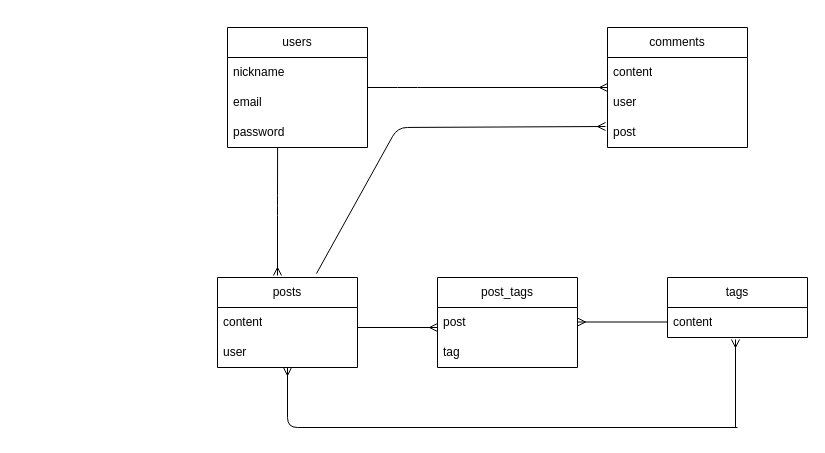
The draw.io diagram er.dio in 1997722/codehint, before the edit. Source tidied: cells renumbered, new cells numbered last; positions are measured from the earlier drawing's top-left corner, leaving out a move shared by most shapes. Both pictures are drawn from the tidied source at 100%, with x=0, y=0 at pixel (217, 27).
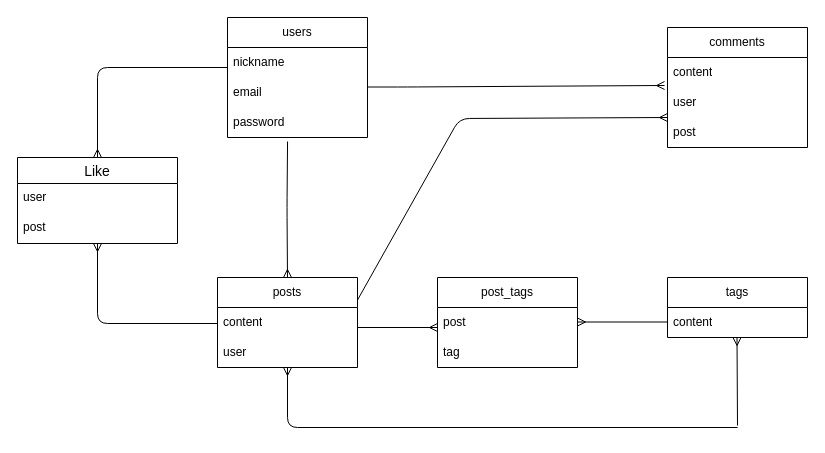
The same page after the edit.

The change refers to these unchanged cells:
```xml
<mxCell id="5" value="password" style="text;strokeColor=none;fillColor=none;align=left;verticalAlign=middle;spacingLeft=4;spacingRight=4;overflow=hidden;points=[[0,0.5],[1,0.5]];portConstraint=eastwest;whiteSpace=wrap;html=1;" parent="2" vertex="1">
  <mxGeometry y="90" width="140" height="30" as="geometry" />
</mxCell>
<mxCell id="6" value="posts" style="swimlane;fontStyle=0;horizontal=1;startSize=30;whiteSpace=wrap;html=1;" parent="1" vertex="1">
  <mxGeometry y="250" width="140" height="90" as="geometry" />
</mxCell>
<mxCell id="11" value="user" style="text;strokeColor=none;fillColor=none;align=left;verticalAlign=middle;spacingLeft=4;spacingRight=4;overflow=hidden;points=[[0,0.5],[1,0.5]];portConstraint=eastwest;whiteSpace=wrap;html=1;" parent="9" vertex="1">
  <mxGeometry y="60" width="140" height="30" as="geometry" />
</mxCell>
```

Change to the diagram source:
```diff
@@
     <mxCell id="2" value="users" style="swimlane;fontStyle=0;horizontal=1;startSize=30;whiteSpace=wrap;html=1;" parent="1" vertex="1">
-      <mxGeometry x="10" width="140" height="120" as="geometry" />
+      <mxGeometry x="10" y="-10" width="140" height="120" as="geometry" />
     </mxCell>
@@
     <mxCell id="9" value="comments" style="swimlane;fontStyle=0;horizontal=1;startSize=30;whiteSpace=wrap;html=1;" parent="1" vertex="1">
-      <mxGeometry x="390" width="140" height="120" as="geometry" />
+      <mxGeometry x="450" width="140" height="120" as="geometry" />
     </mxCell>
@@
-    <mxCell id="18" style="html=1;endArrow=ERmany;endFill=0;" parent="1" edge="1">
+    <mxCell id="18" style="html=1;endArrow=ERmany;endFill=0;entryX=-0.021;entryY=-0.067;entryDx=0;entryDy=0;entryPerimeter=0;" parent="1" edge="1" target="11">
       <mxGeometry relative="1" as="geometry">
-        <mxPoint x="150" y="60" as="sourcePoint" />
-        <mxPoint x="390" y="60" as="targetPoint" />
+        <mxPoint x="150" y="59.5" as="sourcePoint" />
         <Array as="points">
-          <mxPoint x="190" y="60" />
+          <mxPoint x="190" y="59.5" />
         </Array>
       </mxGeometry>
     </mxCell>
-    <mxCell id="19" style="html=1;endArrow=ERmany;endFill=0;exitX=0.429;exitY=1.067;exitDx=0;exitDy=0;exitPerimeter=0;entryX=0.5;entryY=0;entryDx=0;entryDy=0;" parent="1" edge="1">
+    <mxCell id="19" style="html=1;endArrow=ERmany;endFill=0;exitX=0.429;exitY=1.133;exitDx=0;exitDy=0;exitPerimeter=0;" parent="1" edge="1" source="5">
       <mxGeometry relative="1" as="geometry">
-        <mxPoint x="60.1" y="120" as="sourcePoint" />
-        <mxPoint x="60" y="248" as="targetPoint" />
+        <mxPoint x="70" y="250" as="targetPoint" />
         <Array as="points">
-          <mxPoint x="60" y="178" />
+          <mxPoint x="69.5" y="180" />
         </Array>
       </mxGeometry>
     </mxCell>
-    <mxCell id="20" style="html=1;endArrow=ERmany;endFill=0;exitX=0.707;exitY=-0.044;exitDx=0;exitDy=0;exitPerimeter=0;entryX=-0.014;entryY=0.3;entryDx=0;entryDy=0;entryPerimeter=0;" parent="1" edge="1">
+    <mxCell id="20" style="html=1;endArrow=ERmany;endFill=0;exitX=1;exitY=0.25;exitDx=0;exitDy=0;entryX=-0.014;entryY=0.3;entryDx=0;entryDy=0;entryPerimeter=0;" parent="1" edge="1" source="6">
       <mxGeometry relative="1" as="geometry">
-        <mxPoint x="99" y="246" as="sourcePoint" />
-        <mxPoint x="388" y="99" as="targetPoint" />
+        <mxPoint x="450" y="90" as="targetPoint" />
         <Array as="points">
-          <mxPoint x="180" y="100" />
+          <mxPoint x="242" y="91" />
         </Array>
       </mxGeometry>
     </mxCell>
@@
     <mxCell id="24" style="html=1;endArrow=ERmany;endFill=0;entryX=0.486;entryY=1.067;entryDx=0;entryDy=0;entryPerimeter=0;" parent="1" edge="1">
       <mxGeometry relative="1" as="geometry">
-        <mxPoint x="518" y="400" as="sourcePoint" />
-        <mxPoint x="518" y="312" as="targetPoint" />
+        <mxPoint x="520" y="398" as="sourcePoint" />
+        <mxPoint x="519.5" y="310" as="targetPoint" />
       </mxGeometry>
     </mxCell>
+    <mxCell id="25" value="Like" style="swimlane;fontStyle=0;horizontal=1;startSize=26;align=center;fontSize=14;" parent="1" vertex="1">
+      <mxGeometry x="-200" y="130" width="160" height="86" as="geometry" />
+    </mxCell>
+    <mxCell id="26" value="user" style="text;strokeColor=none;fillColor=none;spacingLeft=4;spacingRight=4;overflow=hidden;fontSize=12;" parent="25" vertex="1">
+      <mxGeometry y="26" width="160" height="30" as="geometry" />
+    </mxCell>
+    <mxCell id="27" value="post" style="text;strokeColor=none;fillColor=none;spacingLeft=4;spacingRight=4;overflow=hidden;fontSize=12;" parent="25" vertex="1">
+      <mxGeometry y="56" width="160" height="30" as="geometry" />
+    </mxCell>
+    <mxCell id="28" style="html=1;endArrow=ERmany;endFill=0;" parent="1" edge="1">
+      <mxGeometry relative="1" as="geometry">
+        <mxPoint x="10" y="40" as="sourcePoint" />
+        <mxPoint x="-120" y="130" as="targetPoint" />
+        <Array as="points">
+          <mxPoint x="-120" y="40" />
+        </Array>
+      </mxGeometry>
+    </mxCell>
+    <mxCell id="29" style="html=1;endArrow=ERmany;endFill=0;" parent="1" edge="1">
+      <mxGeometry relative="1" as="geometry">
+        <mxPoint y="296" as="sourcePoint" />
+        <mxPoint x="-120" y="216" as="targetPoint" />
+        <Array as="points">
+          <mxPoint x="-120" y="296" />
+        </Array>
+      </mxGeometry>
+    </mxCell>
```
